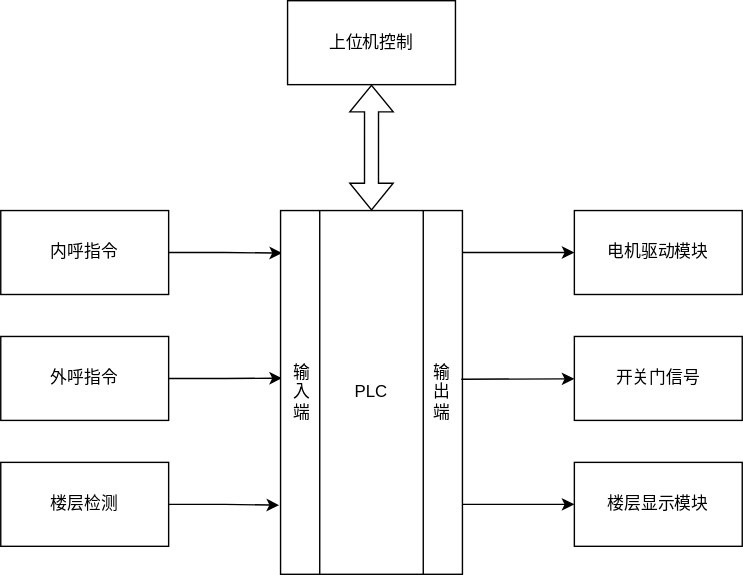
Above: Draw.io/PLC控制的四层电梯硬件框图.svg in InoryLwc/ConfigRepo (draw.io), before the change. Source tidied: cells renumbered, new cells last; positions are measured from the earlier drawing's top-left corner, leaving out a move shared by most shapes.
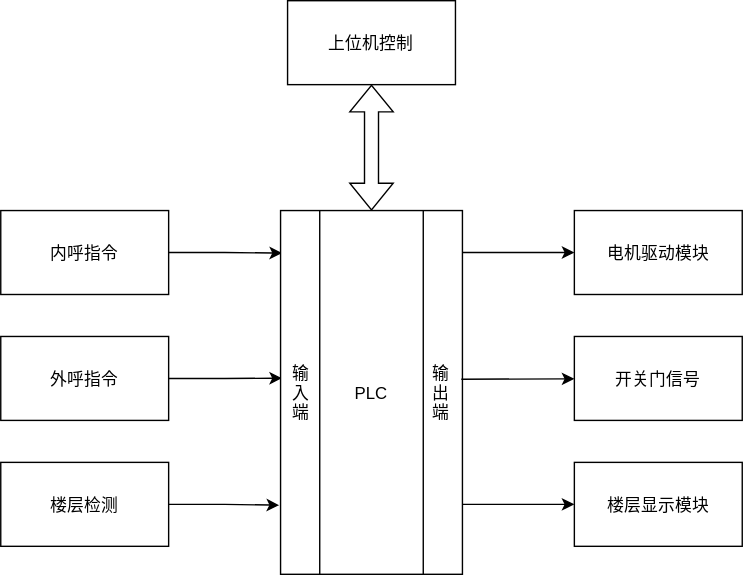
After the commit.

Commit message:
更新PLC控制的四层电梯硬件框图.svg

The edit, as a diff of the source:
```diff
@@ -2,40 +2,40 @@
   <root>
     <mxCell id="0" />
     <mxCell id="1" parent="0" />
-    <mxCell id="2" value="电机驱动模块" style="rounded=0;whiteSpace=wrap;html=1;" parent="1" vertex="1">
+    <mxCell id="2" value="电机驱动模块" style="rounded=0;" parent="1" vertex="1">
       <mxGeometry x="410" y="150" width="120" height="60" as="geometry" />
     </mxCell>
     <mxCell id="3" style="edgeStyle=orthogonalEdgeStyle;rounded=0;jettySize=auto;html=1;exitX=1;exitY=0.5;exitDx=0;exitDy=0;entryX=-0.008;entryY=0.81;entryDx=0;entryDy=0;entryPerimeter=0;" parent="1" edge="1" source="4" target="11">
       <mxGeometry relative="1" as="geometry" />
     </mxCell>
-    <mxCell id="4" value="楼层检测" style="rounded=0;whiteSpace=wrap;html=1;" parent="1" vertex="1">
+    <mxCell id="4" value="楼层检测" style="rounded=0;" parent="1" vertex="1">
       <mxGeometry y="330" width="120" height="60" as="geometry" />
     </mxCell>
     <mxCell id="5" style="edgeStyle=orthogonalEdgeStyle;rounded=0;jettySize=auto;html=1;exitX=1;exitY=0.5;exitDx=0;exitDy=0;entryX=0.033;entryY=0.297;entryDx=0;entryDy=0;entryPerimeter=0;" parent="1" edge="1" source="6" target="12">
       <mxGeometry relative="1" as="geometry" />
     </mxCell>
-    <mxCell id="6" value="外呼指令" style="rounded=0;whiteSpace=wrap;html=1;" parent="1" vertex="1">
+    <mxCell id="6" value="外呼指令" style="rounded=0;" parent="1" vertex="1">
       <mxGeometry y="240" width="120" height="60" as="geometry" />
     </mxCell>
-    <mxCell id="7" value="楼层显示模块" style="rounded=0;whiteSpace=wrap;html=1;" parent="1" vertex="1">
+    <mxCell id="7" value="楼层显示模块" style="rounded=0;" parent="1" vertex="1">
       <mxGeometry x="410" y="330" width="120" height="60" as="geometry" />
     </mxCell>
     <mxCell id="8" style="edgeStyle=orthogonalEdgeStyle;rounded=0;jettySize=auto;html=1;exitX=1;exitY=0.5;exitDx=0;exitDy=0;entryX=0.008;entryY=0.117;entryDx=0;entryDy=0;entryPerimeter=0;" parent="1" edge="1" source="9" target="11">
       <mxGeometry relative="1" as="geometry" />
     </mxCell>
-    <mxCell id="9" value="内呼指令" style="rounded=0;whiteSpace=wrap;html=1;" parent="1" vertex="1">
+    <mxCell id="9" value="内呼指令" style="rounded=0;" parent="1" vertex="1">
       <mxGeometry y="150" width="120" height="60" as="geometry" />
     </mxCell>
     <mxCell id="10" style="group;" parent="1" vertex="1">
       <mxGeometry x="200" y="150" width="130" height="260" as="geometry" />
     </mxCell>
-    <mxCell id="11" value="PLC" style="shape=process;whiteSpace=wrap;html=1;backgroundOutline=1;size=0.21428571428571427;" parent="10" vertex="1">
+    <mxCell id="11" value="PLC" style="shape=process;backgroundOutline=1;size=0.21428571428571427;" parent="10" vertex="1">
       <mxGeometry width="130" height="260" as="geometry" />
     </mxCell>
-    <mxCell id="12" value="输&lt;br&gt;入&lt;br&gt;端" style="text;html=1;align=center;verticalAlign=middle;points=[];strokeColor=none;fillColor=none;" parent="10" vertex="1">
+    <mxCell id="12" value="输&#10;入&#10;端" style="text;align=center;verticalAlign=middle;points=[];strokeColor=none;fillColor=none;" parent="10" vertex="1">
       <mxGeometry y="105" width="30" height="50" as="geometry" />
     </mxCell>
-    <mxCell id="13" value="输&lt;br&gt;出&lt;br&gt;端" style="text;html=1;align=center;verticalAlign=middle;points=[];strokeColor=none;fillColor=none;" parent="10" vertex="1">
+    <mxCell id="13" value="输&#10;出&#10;端" style="text;align=center;verticalAlign=middle;points=[];strokeColor=none;fillColor=none;" parent="10" vertex="1">
       <mxGeometry x="100" y="105" width="30" height="50" as="geometry" />
     </mxCell>
     <mxCell id="14" style="edgeStyle=orthogonalEdgeStyle;rounded=0;jettySize=auto;html=1;entryX=0;entryY=0.5;entryDx=0;entryDy=0;" parent="1" edge="1" target="2">
@@ -46,13 +46,13 @@
         </Array>
       </mxGeometry>
     </mxCell>
-    <mxCell id="15" value="上位机控制" style="rounded=0;whiteSpace=wrap;html=1;" parent="1" vertex="1">
+    <mxCell id="15" value="上位机控制" style="rounded=0;" parent="1" vertex="1">
       <mxGeometry x="205" width="120" height="60" as="geometry" />
     </mxCell>
     <mxCell id="16" style="shape=flexArrow;endArrow=classic;startArrow=classic;html=1;rounded=0;entryX=0.5;entryY=1;entryDx=0;entryDy=0;exitX=0.5;exitY=0;exitDx=0;exitDy=0;" parent="1" edge="1" source="11" target="15">
       <mxGeometry relative="1" as="geometry" />
     </mxCell>
-    <mxCell id="17" value="开关门信号" style="rounded=0;whiteSpace=wrap;html=1;" parent="1" vertex="1">
+    <mxCell id="17" value="开关门信号" style="rounded=0;" parent="1" vertex="1">
       <mxGeometry x="410" y="240" width="120" height="60" as="geometry" />
     </mxCell>
     <mxCell id="18" style="endArrow=classic;html=1;rounded=0;entryX=0;entryY=0.5;entryDx=0;entryDy=0;" parent="1" edge="1" target="7">
```
